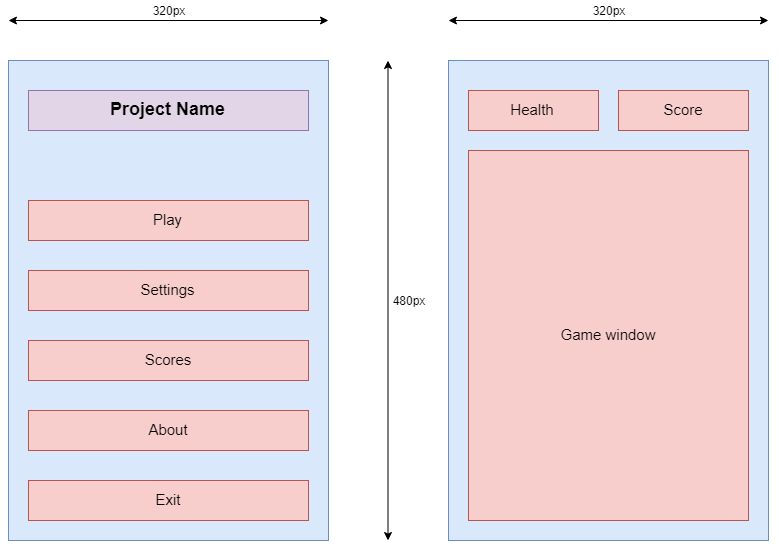
Above: doc/User Interface Design.png in kucharzyk-sebastian/raspgierryPi (draw.io), before the change. Source tidied: cells renumbered, new cells last; positions are measured from the earlier drawing's top-left corner, leaving out a move shared by most shapes.
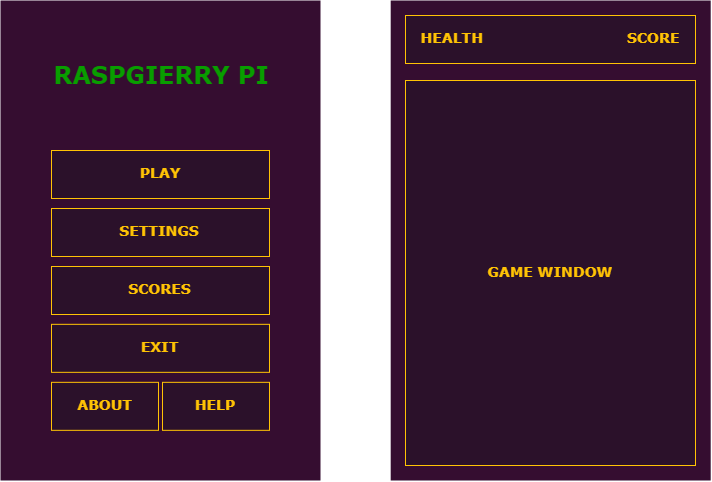
Above is the later version.

Commit message:
Combined user interface with the colour palette

The edit, as a diff of the source:
```diff
@@ -2,65 +2,38 @@
   <root>
     <mxCell id="0" />
     <mxCell id="1" parent="0" />
-    <mxCell id="2" style="rounded=0;whiteSpace=wrap;html=1;fillColor=#dae8fc;strokeColor=#6c8ebf;" parent="1" vertex="1">
-      <mxGeometry y="60" width="320" height="480" as="geometry" />
-    </mxCell>
-    <mxCell id="3" style="endArrow=classic;startArrow=classic;html=1;" parent="1" edge="1">
-      <mxGeometry relative="1" as="geometry">
-        <mxPoint x="379.5" y="540" as="sourcePoint" />
-        <mxPoint x="379.5" y="60" as="targetPoint" />
-      </mxGeometry>
-    </mxCell>
-    <mxCell id="4" style="endArrow=classic;startArrow=classic;html=1;" parent="1" edge="1">
-      <mxGeometry relative="1" as="geometry">
-        <mxPoint y="20" as="sourcePoint" />
-        <mxPoint x="320" y="20" as="targetPoint" />
-      </mxGeometry>
-    </mxCell>
-    <mxCell id="5" value="320px" style="text;html=1;strokeColor=none;fillColor=none;align=center;verticalAlign=middle;whiteSpace=wrap;rounded=0;" parent="1" vertex="1">
-      <mxGeometry x="140" width="40" height="20" as="geometry" />
-    </mxCell>
-    <mxCell id="6" value="480px" style="text;html=1;strokeColor=none;fillColor=none;align=center;verticalAlign=middle;whiteSpace=wrap;rounded=0;" parent="1" vertex="1">
-      <mxGeometry x="380" y="290" width="40" height="20" as="geometry" />
-    </mxCell>
-    <mxCell id="7" value="&lt;b&gt;&lt;font style=&quot;font-size: 18px&quot;&gt;Project Name&lt;/font&gt;&lt;/b&gt;" style="rounded=0;whiteSpace=wrap;html=1;fillColor=#e1d5e7;strokeColor=#9673a6;" parent="1" vertex="1">
-      <mxGeometry x="20" y="90" width="280" height="40" as="geometry" />
-    </mxCell>
-    <mxCell id="8" value="Play" style="rounded=0;whiteSpace=wrap;html=1;fillColor=#f8cecc;strokeColor=#b85450;fontSize=15;" parent="1" vertex="1">
-      <mxGeometry x="20" y="200" width="280" height="40" as="geometry" />
-    </mxCell>
-    <mxCell id="9" value="Settings" style="rounded=0;whiteSpace=wrap;html=1;fillColor=#f8cecc;strokeColor=#b85450;fontSize=15;" parent="1" vertex="1">
-      <mxGeometry x="20" y="270" width="280" height="40" as="geometry" />
-    </mxCell>
-    <mxCell id="10" value="Scores" style="rounded=0;whiteSpace=wrap;html=1;fillColor=#f8cecc;strokeColor=#b85450;fontSize=15;" parent="1" vertex="1">
-      <mxGeometry x="20" y="340" width="280" height="40" as="geometry" />
-    </mxCell>
-    <mxCell id="11" value="About" style="rounded=0;whiteSpace=wrap;html=1;fillColor=#f8cecc;strokeColor=#b85450;fontSize=15;" parent="1" vertex="1">
-      <mxGeometry x="20" y="410" width="280" height="40" as="geometry" />
-    </mxCell>
-    <mxCell id="12" value="Exit" style="rounded=0;whiteSpace=wrap;html=1;fillColor=#f8cecc;strokeColor=#b85450;fontSize=15;" parent="1" vertex="1">
-      <mxGeometry x="20" y="480" width="280" height="40" as="geometry" />
-    </mxCell>
-    <mxCell id="13" style="rounded=0;whiteSpace=wrap;html=1;fillColor=#dae8fc;strokeColor=#6c8ebf;" parent="1" vertex="1">
-      <mxGeometry x="440" y="60" width="320" height="480" as="geometry" />
-    </mxCell>
-    <mxCell id="14" style="endArrow=classic;startArrow=classic;html=1;" parent="1" edge="1">
-      <mxGeometry relative="1" as="geometry">
-        <mxPoint x="440" y="20" as="sourcePoint" />
-        <mxPoint x="760" y="20" as="targetPoint" />
-      </mxGeometry>
-    </mxCell>
-    <mxCell id="15" value="320px" style="text;html=1;strokeColor=none;fillColor=none;align=center;verticalAlign=middle;whiteSpace=wrap;rounded=0;" parent="1" vertex="1">
-      <mxGeometry x="580" width="40" height="20" as="geometry" />
-    </mxCell>
-    <mxCell id="16" value="Health" style="rounded=0;whiteSpace=wrap;html=1;fillColor=#f8cecc;strokeColor=#b85450;fontSize=15;" parent="1" vertex="1">
-      <mxGeometry x="460" y="90" width="130" height="40" as="geometry" />
-    </mxCell>
-    <mxCell id="17" value="Score" style="rounded=0;whiteSpace=wrap;html=1;fillColor=#f8cecc;strokeColor=#b85450;fontSize=15;" parent="1" vertex="1">
-      <mxGeometry x="610" y="90" width="130" height="40" as="geometry" />
-    </mxCell>
-    <mxCell id="18" value="Game window" style="rounded=0;whiteSpace=wrap;html=1;fillColor=#f8cecc;strokeColor=#b85450;fontSize=15;" parent="1" vertex="1">
-      <mxGeometry x="460" y="150" width="280" height="370" as="geometry" />
-    </mxCell>
+    <mxCell id="19" style="rounded=0;whiteSpace=wrap;html=1;strokeColor=none;fillColor=#350D30;" parent="1" vertex="1">
+      <mxGeometry x="130" y="-120" width="320" height="480" as="geometry" />
+    </mxCell>
+    <mxCell id="20" value="&lt;h3&gt;&lt;font face=&quot;Verdana&quot; color=&quot;#ffc305&quot;&gt;PLAY&lt;/font&gt;&lt;/h3&gt;" style="rounded=0;whiteSpace=wrap;html=1;strokeColor=#FFC305;fillColor=#2B112A;" parent="1" vertex="1">
+      <mxGeometry x="181" y="30" width="218" height="48" as="geometry" />
+    </mxCell>
+    <mxCell id="21" value="&lt;h3&gt;&lt;font face=&quot;Verdana&quot; color=&quot;#ffc305&quot;&gt;SETTINGS&lt;/font&gt;&lt;/h3&gt;" style="rounded=0;whiteSpace=wrap;html=1;strokeColor=#FFC305;fillColor=#2B112A;" parent="1" vertex="1">
+      <mxGeometry x="181" y="88" width="218" height="48" as="geometry" />
+    </mxCell>
+    <mxCell id="22" value="&lt;h3&gt;&lt;font face=&quot;Verdana&quot; color=&quot;#ffc305&quot;&gt;SCORES&lt;/font&gt;&lt;/h3&gt;" style="rounded=0;whiteSpace=wrap;html=1;strokeColor=#FFC305;fillColor=#2B112A;" parent="1" vertex="1">
+      <mxGeometry x="181" y="146" width="218" height="48" as="geometry" />
+    </mxCell>
+    <mxCell id="23" value="&lt;h3&gt;&lt;font face=&quot;Verdana&quot; color=&quot;#ffc305&quot;&gt;EXIT&lt;/font&gt;&lt;/h3&gt;" style="rounded=0;whiteSpace=wrap;html=1;strokeColor=#FFC305;fillColor=#2B112A;" parent="1" vertex="1">
+      <mxGeometry x="181" y="203.8" width="218" height="48" as="geometry" />
+    </mxCell>
+    <mxCell id="24" value="&lt;h3&gt;&lt;font color=&quot;#ffc305&quot; face=&quot;Verdana&quot;&gt;ABOUT&lt;/font&gt;&lt;/h3&gt;" style="rounded=0;whiteSpace=wrap;html=1;strokeColor=#FFC305;fillColor=#2B112A;" parent="1" vertex="1">
+      <mxGeometry x="181" y="261.8" width="107" height="48" as="geometry" />
+    </mxCell>
+    <mxCell id="25" value="&lt;h3&gt;&lt;font face=&quot;Verdana&quot; color=&quot;#ffc305&quot;&gt;HELP&lt;/font&gt;&lt;/h3&gt;" style="rounded=0;whiteSpace=wrap;html=1;strokeColor=#FFC305;fillColor=#2B112A;" parent="1" vertex="1">
+      <mxGeometry x="292" y="261.8" width="107" height="48" as="geometry" />
+    </mxCell>
+    <mxCell id="26" value="&lt;h1&gt;&lt;font face=&quot;Verdana&quot; color=&quot;#099d00&quot;&gt;RASPGIERRY PI&lt;/font&gt;&lt;/h1&gt;" style="rounded=0;whiteSpace=wrap;html=1;strokeColor=none;fillColor=none;fontFamily=System;" parent="1" vertex="1">
+      <mxGeometry x="180" y="-120" width="220" height="150" as="geometry" />
+    </mxCell>
+    <mxCell id="27" style="rounded=0;whiteSpace=wrap;html=1;strokeColor=none;fillColor=#350D30;" parent="1" vertex="1">
+      <mxGeometry x="520.2" y="-120" width="320" height="480" as="geometry" />
+    </mxCell>
+    <mxCell id="28" value="&lt;h3&gt;&lt;font face=&quot;Verdana&quot; color=&quot;#ffc305&quot;&gt;HEALTH&amp;nbsp; &amp;nbsp; &amp;nbsp; &amp;nbsp; &amp;nbsp; &amp;nbsp; &amp;nbsp; &amp;nbsp; &amp;nbsp; &amp;nbsp; &amp;nbsp; &amp;nbsp; &amp;nbsp; &amp;nbsp; &amp;nbsp; SCORE&lt;/font&gt;&lt;/h3&gt;" style="rounded=0;whiteSpace=wrap;html=1;strokeColor=#FFC305;fillColor=#2B112A;" parent="1" vertex="1">
+      <mxGeometry x="535" y="-105" width="290" height="48" as="geometry" />
+    </mxCell>
+    <mxCell id="29" value="&lt;h3&gt;&lt;font face=&quot;Verdana&quot; color=&quot;#ffc305&quot;&gt;GAME WINDOW&lt;/font&gt;&lt;/h3&gt;" style="rounded=0;whiteSpace=wrap;html=1;strokeColor=#FFC305;fillColor=#2B112A;" parent="1" vertex="1">
+      <mxGeometry x="535" y="-40" width="290" height="385" as="geometry" />
+    </mxCell>
   </root>
 </mxGraphModel>
```
